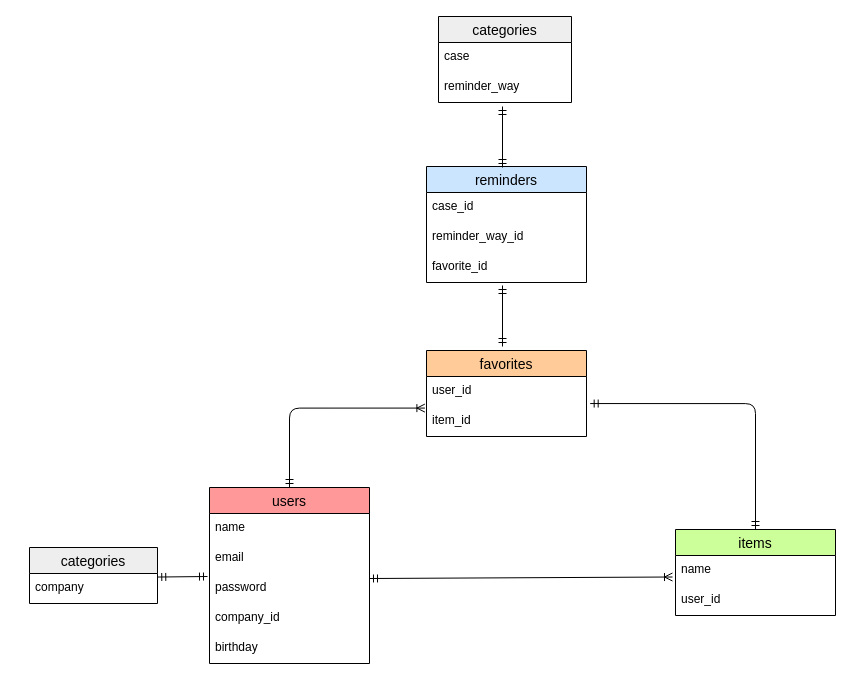
Earlier version of the draw.io diagram ER-diagram.dio (Koba-Qin-GitHub/smart-buyer). Source tidied: cells renumbered, new cells numbered last; positions are measured from the earlier drawing's top-left corner, leaving out a move shared by most shapes. Both pictures are drawn from the tidied source at 100%, with x=0, y=0 at pixel (29, 16).
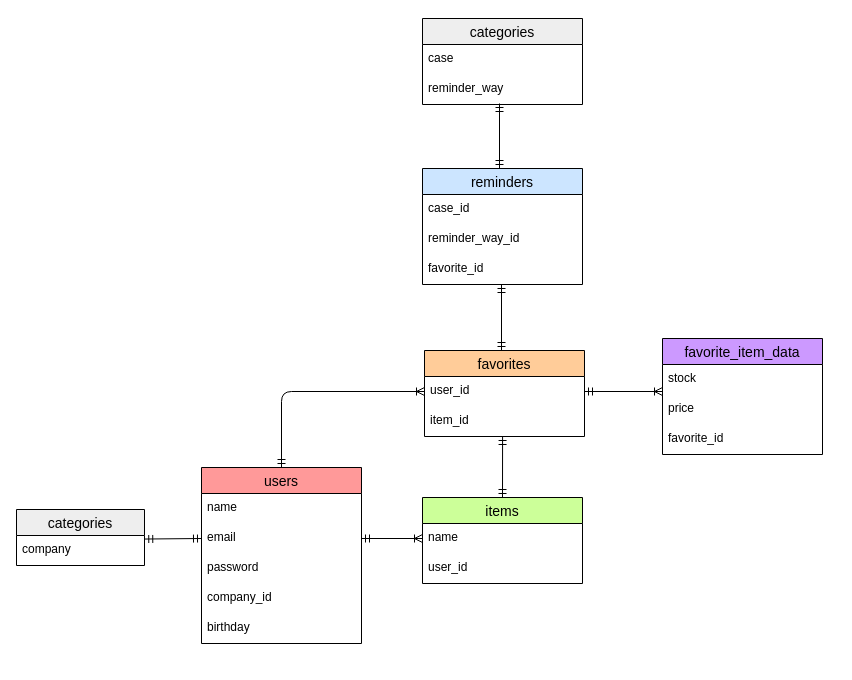
The same diagram, later.

The change refers to these unchanged cells:
```xml
<mxCell id="4" value="email" style="text;strokeColor=none;fillColor=none;spacingLeft=4;spacingRight=4;overflow=hidden;points=[[0,0.5],[1,0.5]];portConstraint=eastwest;fontSize=12;shadow=0;" parent="2" vertex="1">
  <mxGeometry y="56" width="160" height="30" as="geometry" />
</mxCell>
<mxCell id="13" value="user_id " style="text;strokeColor=none;fillColor=none;spacingLeft=4;spacingRight=4;overflow=hidden;points=[[0,0.5],[1,0.5]];portConstraint=eastwest;fontSize=12;shadow=0;" parent="12" vertex="1">
  <mxGeometry y="26" width="160" height="30" as="geometry" />
</mxCell>
<mxCell id="14" value="item_id " style="text;strokeColor=none;fillColor=none;spacingLeft=4;spacingRight=4;overflow=hidden;points=[[0,0.5],[1,0.5]];portConstraint=eastwest;fontSize=12;shadow=0;" parent="12" vertex="1">
  <mxGeometry y="56" width="160" height="30" as="geometry" />
</mxCell>
<mxCell id="22" value="company" style="text;strokeColor=none;fillColor=none;spacingLeft=4;spacingRight=4;overflow=hidden;points=[[0,0.5],[1,0.5]];portConstraint=eastwest;fontSize=12;shadow=0;" parent="21" vertex="1">
  <mxGeometry y="26" width="128" height="30" as="geometry" />
</mxCell>
<mxCell id="26" value="name" style="text;strokeColor=none;fillColor=none;spacingLeft=4;spacingRight=4;overflow=hidden;points=[[0,0.5],[1,0.5]];portConstraint=eastwest;fontSize=12;shadow=0;" parent="25" vertex="1">
  <mxGeometry y="26" width="160" height="30" as="geometry" />
</mxCell>
```

Diff of the diagram source:
```diff
@@
     <mxCell id="2" value="users" style="swimlane;fontStyle=0;horizontal=1;startSize=26;align=center;fontSize=14;shadow=0;fillColor=#FF9999;" parent="1" vertex="1">
-      <mxGeometry x="180" y="471" width="160" height="176" as="geometry" />
+      <mxGeometry x="172" y="451" width="160" height="176" as="geometry" />
     </mxCell>
@@
     <mxCell id="8" value="reminders " style="swimlane;fontStyle=0;horizontal=1;startSize=26;align=center;fontSize=14;shadow=0;fillColor=#CCE5FF;" parent="1" vertex="1">
-      <mxGeometry x="397" y="150" width="160" height="116" as="geometry" />
+      <mxGeometry x="393" y="152" width="160" height="116" as="geometry" />
     </mxCell>
@@
     <mxCell id="12" value="favorites" style="swimlane;fontStyle=0;horizontal=1;startSize=26;align=center;fontSize=14;shadow=0;fillColor=#FFCC99;" parent="1" vertex="1">
-      <mxGeometry x="397" y="334" width="160" height="86" as="geometry" />
+      <mxGeometry x="395" y="334" width="160" height="86" as="geometry" />
     </mxCell>
@@
-    <mxCell id="15" style="fontSize=12;html=1;endArrow=ERoneToMany;startArrow=ERmandOne;shadow=0;entryX=-0.019;entryY=0.183;entryDx=0;entryDy=0;entryPerimeter=0;exitX=1;exitY=0.5;exitDx=0;exitDy=0;" parent="1" edge="1">
-      <mxGeometry relative="1" as="geometry">
-        <mxPoint x="340" y="562" as="sourcePoint" />
-        <mxPoint x="643" y="560.5" as="targetPoint" />
-      </mxGeometry>
+    <mxCell id="15" style="fontSize=12;html=1;endArrow=ERoneToMany;startArrow=ERmandOne;shadow=0;entryX=0;entryY=0.5;entryDx=0;entryDy=0;exitX=1;exitY=0.5;exitDx=0;exitDy=0;" parent="1" edge="1" source="4" target="26">
+      <mxGeometry relative="1" as="geometry" />
     </mxCell>
-    <mxCell id="16" style="edgeStyle=orthogonalEdgeStyle;fontSize=12;html=1;endArrow=ERmandOne;startArrow=ERmandOne;entryX=1.023;entryY=-0.098;entryDx=0;entryDy=0;entryPerimeter=0;exitX=0.5;exitY=0;exitDx=0;exitDy=0;" parent="1" edge="1" source="25" target="14">
+    <mxCell id="16" style="fontSize=12;html=1;endArrow=ERmandOne;startArrow=ERmandOne;exitX=0.5;exitY=0;exitDx=0;exitDy=0;entryX=0.488;entryY=1;entryDx=0;entryDy=0;entryPerimeter=0;" parent="1" edge="1" source="25" target="14">
       <mxGeometry relative="1" as="geometry" />
     </mxCell>
     <mxCell id="17" value="categories" style="swimlane;fontStyle=0;horizontal=1;startSize=26;align=center;fontSize=14;shadow=0;fillColor=#eeeeee;" parent="1" vertex="1">
-      <mxGeometry x="409" width="133" height="86" as="geometry" />
+      <mxGeometry x="393" y="2" width="160" height="86" as="geometry" />
     </mxCell>
     <mxCell id="18" value="case" style="text;strokeColor=none;fillColor=none;spacingLeft=4;spacingRight=4;overflow=hidden;fontSize=12;shadow=0;" parent="17" vertex="1">
-      <mxGeometry y="26" width="133" height="30" as="geometry" />
+      <mxGeometry y="26" width="160" height="30" as="geometry" />
     </mxCell>
     <mxCell id="19" value="reminder_way" style="text;strokeColor=none;fillColor=none;spacingLeft=4;spacingRight=4;overflow=hidden;fontSize=12;shadow=0;" parent="17" vertex="1">
-      <mxGeometry y="56" width="133" height="30" as="geometry" />
+      <mxGeometry y="56" width="160" height="30" as="geometry" />
     </mxCell>
-    <mxCell id="20" style="fontSize=12;html=1;endArrow=ERmandOne;startArrow=ERmandOne;exitX=0.444;exitY=0.009;exitDx=0;exitDy=0;exitPerimeter=0;" parent="1" edge="1">
+    <mxCell id="20" style="fontSize=12;html=1;endArrow=ERmandOne;startArrow=ERmandOne;entryX=0.5;entryY=0.967;entryDx=0;entryDy=0;entryPerimeter=0;exitX=0.5;exitY=0;exitDx=0;exitDy=0;" parent="1" edge="1">
       <mxGeometry relative="1" as="geometry">
-        <mxPoint x="473" y="151" as="sourcePoint" />
-        <mxPoint x="473" y="90" as="targetPoint" />
+        <mxPoint x="470" y="152" as="sourcePoint" />
+        <mxPoint x="470" y="87" as="targetPoint" />
       </mxGeometry>
     </mxCell>
     <mxCell id="21" value="categories" style="swimlane;fontStyle=0;horizontal=1;startSize=26;align=center;fontSize=14;shadow=0;fillColor=#eeeeee;" parent="1" vertex="1">
-      <mxGeometry y="531" width="128" height="56" as="geometry" />
+      <mxGeometry x="-13" y="493" width="128" height="56" as="geometry" />
     </mxCell>
@@
-    <mxCell id="23" style="fontSize=12;html=1;endArrow=ERmandOne;startArrow=ERmandOne;entryX=1.002;entryY=0.118;entryDx=0;entryDy=0;entryPerimeter=0;shadow=0;" parent="1" edge="1" target="22">
-      <mxGeometry relative="1" as="geometry">
-        <mxPoint x="178" y="560" as="sourcePoint" />
-      </mxGeometry>
+    <mxCell id="23" style="fontSize=12;html=1;endArrow=ERmandOne;startArrow=ERmandOne;entryX=1.002;entryY=0.118;entryDx=0;entryDy=0;entryPerimeter=0;shadow=0;exitX=0;exitY=0.5;exitDx=0;exitDy=0;" parent="1" edge="1" source="4" target="22">
+      <mxGeometry relative="1" as="geometry" />
     </mxCell>
-    <mxCell id="24" style="fontSize=12;html=1;endArrow=ERmandOne;startArrow=ERmandOne;exitX=0.444;exitY=0.009;exitDx=0;exitDy=0;exitPerimeter=0;" parent="1" edge="1">
+    <mxCell id="24" style="fontSize=12;html=1;endArrow=ERmandOne;startArrow=ERmandOne;exitX=0.5;exitY=0;exitDx=0;exitDy=0;" parent="1" edge="1">
       <mxGeometry relative="1" as="geometry">
-        <mxPoint x="473" y="330" as="sourcePoint" />
-        <mxPoint x="473" y="269" as="targetPoint" />
+        <mxPoint x="472" y="334" as="sourcePoint" />
+        <mxPoint x="472" y="268" as="targetPoint" />
       </mxGeometry>
     </mxCell>
     <mxCell id="25" value="items" style="swimlane;fontStyle=0;horizontal=1;startSize=26;align=center;fontSize=14;shadow=0;fillColor=#CCFF99;" parent="1" vertex="1">
-      <mxGeometry x="646" y="513" width="160" height="86" as="geometry" />
+      <mxGeometry x="393" y="481" width="160" height="86" as="geometry" />
     </mxCell>
@@
-    <mxCell id="28" style="fontSize=12;html=1;endArrow=ERoneToMany;startArrow=ERmandOne;shadow=0;exitX=0.5;exitY=0;exitDx=0;exitDy=0;edgeStyle=orthogonalEdgeStyle;entryX=-0.01;entryY=0.053;entryDx=0;entryDy=0;entryPerimeter=0;" parent="1" edge="1" source="2" target="14">
-      <mxGeometry relative="1" as="geometry" />
+    <mxCell id="28" style="fontSize=12;html=1;endArrow=ERoneToMany;startArrow=ERmandOne;shadow=0;exitX=0.5;exitY=0;exitDx=0;exitDy=0;edgeStyle=orthogonalEdgeStyle;entryX=0;entryY=0.5;entryDx=0;entryDy=0;" parent="1" edge="1" source="2" target="13">
+      <mxGeometry relative="1" as="geometry">
+        <Array as="points">
+          <mxPoint x="252" y="375" />
+        </Array>
+      </mxGeometry>
     </mxCell>
+    <mxCell id="29" value="favorite_item_data" style="swimlane;fontStyle=0;horizontal=1;startSize=26;align=center;fontSize=14;shadow=0;fillColor=#CC99FF;" parent="1" vertex="1">
+      <mxGeometry x="633" y="322" width="160" height="116" as="geometry" />
+    </mxCell>
+    <mxCell id="30" value="stock" style="text;strokeColor=none;fillColor=none;spacingLeft=4;spacingRight=4;overflow=hidden;fontSize=12;shadow=0;" parent="29" vertex="1">
+      <mxGeometry y="26" width="160" height="30" as="geometry" />
+    </mxCell>
+    <mxCell id="31" value="price" style="text;strokeColor=none;fillColor=none;spacingLeft=4;spacingRight=4;overflow=hidden;points=[[0,0.5],[1,0.5]];portConstraint=eastwest;fontSize=12;shadow=1;" parent="29" vertex="1">
+      <mxGeometry y="56" width="160" height="30" as="geometry" />
+    </mxCell>
+    <mxCell id="32" value="favorite_id" style="text;strokeColor=none;fillColor=none;spacingLeft=4;spacingRight=4;overflow=hidden;fontSize=12;shadow=1;" parent="29" vertex="1">
+      <mxGeometry y="86" width="160" height="30" as="geometry" />
+    </mxCell>
+    <mxCell id="33" style="fontSize=12;html=1;endArrow=ERoneToMany;startArrow=ERmandOne;shadow=0;exitX=1;exitY=0.5;exitDx=0;exitDy=0;entryX=0;entryY=-0.1;entryDx=0;entryDy=0;entryPerimeter=0;" parent="1" edge="1" source="13" target="31">
+      <mxGeometry relative="1" as="geometry" />
+    </mxCell>
```
